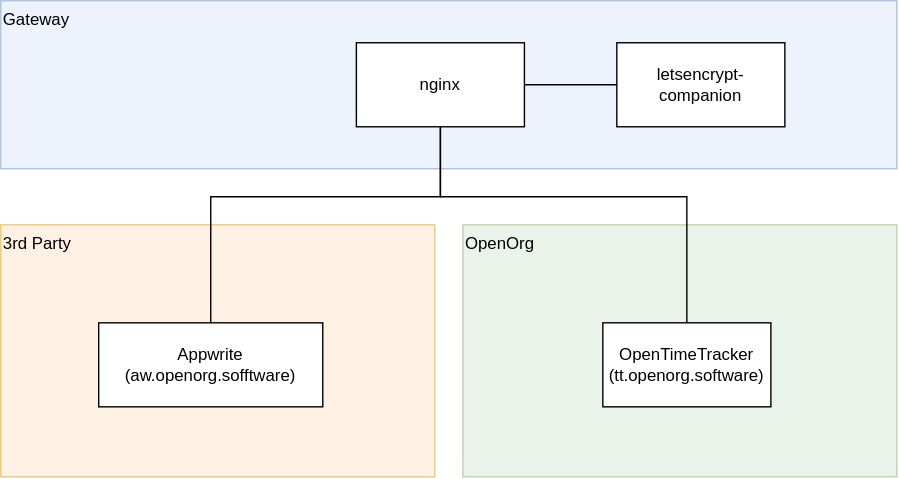
This is .drawings/overview.svg from openorg-software/openorg-docker-compose, a draw.io export, as it was before one commit. Source tidied: cells renumbered, new cells last; positions are measured from the earlier drawing's top-left corner, leaving out a move shared by most shapes. Source of this version:
```xml
<mxGraphModel>
  <root>
    <mxCell id="0" />
    <mxCell id="1" parent="0" />
    <mxCell id="2" value="Gateway" style="rounded=0;whiteSpace=wrap;html=1;align=left;verticalAlign=top;fillColor=#dae8fc;strokeColor=#6c8ebf;opacity=50;" parent="1" vertex="1">
      <mxGeometry width="640" height="120" as="geometry" />
    </mxCell>
    <mxCell id="3" value="OpenOrg" style="rounded=0;whiteSpace=wrap;html=1;align=left;verticalAlign=top;opacity=50;fillColor=#d5e8d4;strokeColor=#82b366;" parent="1" vertex="1">
      <mxGeometry x="330" y="160" width="310" height="180" as="geometry" />
    </mxCell>
    <mxCell id="4" value="3rd Party" style="rounded=0;whiteSpace=wrap;html=1;align=left;verticalAlign=top;opacity=50;fillColor=#ffe6cc;strokeColor=#d79b00;" parent="1" vertex="1">
      <mxGeometry y="160" width="310" height="180" as="geometry" />
    </mxCell>
    <mxCell id="5" value="Appwrite&lt;br&gt;(aw.openorg.sofftware)" style="rounded=0;whiteSpace=wrap;html=1;" parent="1" vertex="1">
      <mxGeometry x="70" y="230" width="160" height="60" as="geometry" />
    </mxCell>
    <mxCell id="6" value="OpenTimeTracker&lt;br&gt;(tt.openorg.software)" style="rounded=0;whiteSpace=wrap;html=1;" parent="1" vertex="1">
      <mxGeometry x="430" y="230" width="120" height="60" as="geometry" />
    </mxCell>
    <mxCell id="7" style="edgeStyle=orthogonalEdgeStyle;rounded=0;jettySize=auto;html=1;exitX=1;exitY=0.5;exitDx=0;exitDy=0;entryX=0;entryY=0.5;entryDx=0;entryDy=0;endArrow=none;endFill=0;" parent="1" edge="1" source="10" target="11">
      <mxGeometry relative="1" as="geometry" />
    </mxCell>
    <mxCell id="8" style="edgeStyle=orthogonalEdgeStyle;rounded=0;jettySize=auto;html=1;exitX=0.5;exitY=1;exitDx=0;exitDy=0;entryX=0.5;entryY=0;entryDx=0;entryDy=0;endArrow=none;endFill=0;" parent="1" edge="1" source="10" target="6">
      <mxGeometry relative="1" as="geometry">
        <Array as="points">
          <mxPoint x="314" y="140" />
          <mxPoint x="490" y="140" />
        </Array>
      </mxGeometry>
    </mxCell>
    <mxCell id="9" style="edgeStyle=orthogonalEdgeStyle;rounded=0;jettySize=auto;html=1;exitX=0.5;exitY=1;exitDx=0;exitDy=0;entryX=0.5;entryY=0;entryDx=0;entryDy=0;endArrow=none;endFill=0;" parent="1" edge="1" source="10" target="5">
      <mxGeometry relative="1" as="geometry">
        <Array as="points">
          <mxPoint x="314" y="140" />
          <mxPoint x="150" y="140" />
        </Array>
      </mxGeometry>
    </mxCell>
    <mxCell id="10" value="nginx" style="rounded=0;whiteSpace=wrap;html=1;" parent="1" vertex="1">
      <mxGeometry x="254" y="30" width="120" height="60" as="geometry" />
    </mxCell>
    <mxCell id="11" value="letsencrypt-companion" style="rounded=0;whiteSpace=wrap;html=1;" parent="1" vertex="1">
      <mxGeometry x="440" y="30" width="120" height="60" as="geometry" />
    </mxCell>
  </root>
</mxGraphModel>
```
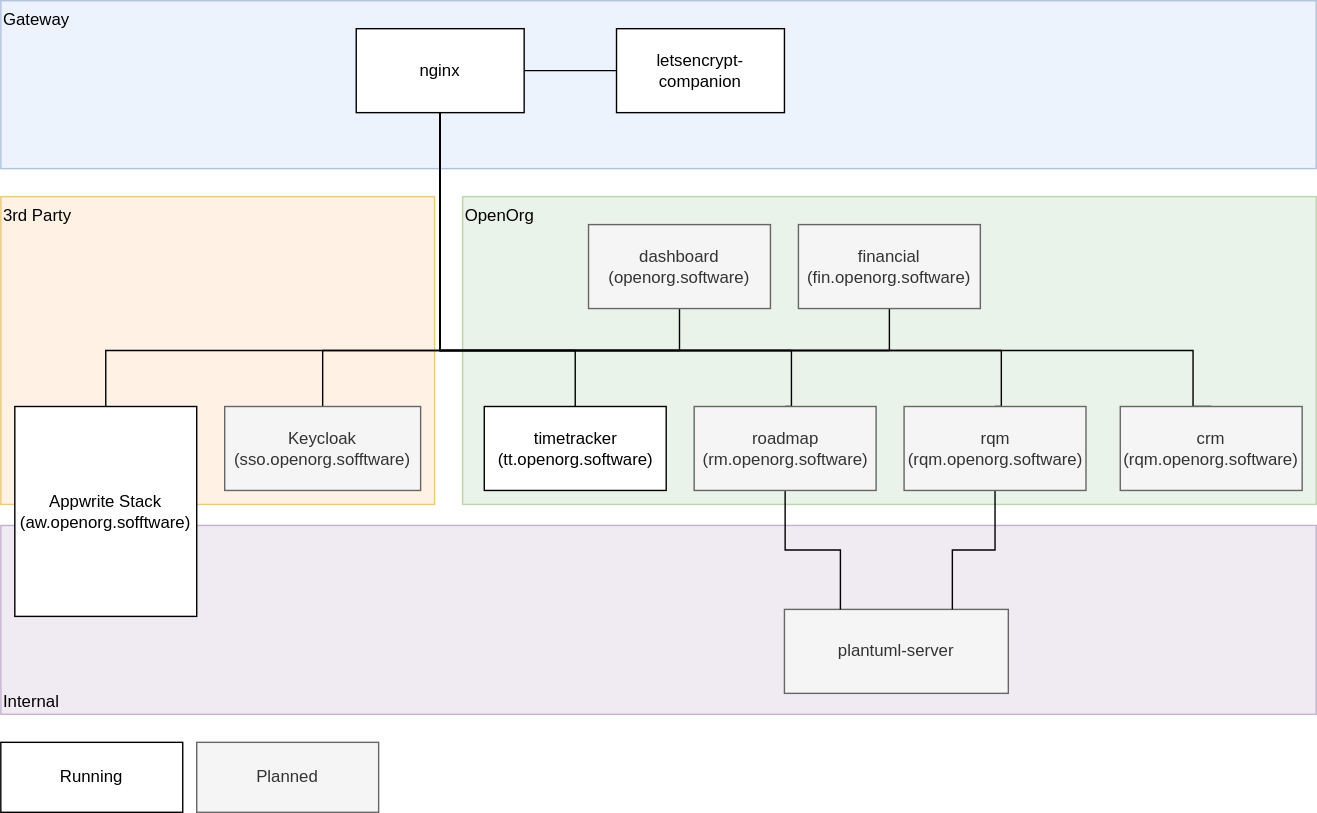
Later version of the same file.

Commit message:
add keycloak and kroki

Change to the diagram source:
```diff
@@ -2,20 +2,23 @@
   <root>
     <mxCell id="0" />
     <mxCell id="1" parent="0" />
+    <mxCell id="12" value="Internal" style="rounded=0;whiteSpace=wrap;html=1;align=left;verticalAlign=bottom;opacity=50;fillColor=#e1d5e7;strokeColor=#9673a6;" parent="1" vertex="1">
+      <mxGeometry y="355" width="940" height="135" as="geometry" />
+    </mxCell>
     <mxCell id="2" value="Gateway" style="rounded=0;whiteSpace=wrap;html=1;align=left;verticalAlign=top;fillColor=#dae8fc;strokeColor=#6c8ebf;opacity=50;" parent="1" vertex="1">
-      <mxGeometry width="640" height="120" as="geometry" />
+      <mxGeometry y="-20" width="940" height="120" as="geometry" />
     </mxCell>
     <mxCell id="3" value="OpenOrg" style="rounded=0;whiteSpace=wrap;html=1;align=left;verticalAlign=top;opacity=50;fillColor=#d5e8d4;strokeColor=#82b366;" parent="1" vertex="1">
-      <mxGeometry x="330" y="160" width="310" height="180" as="geometry" />
+      <mxGeometry x="330" y="120" width="610" height="220" as="geometry" />
     </mxCell>
     <mxCell id="4" value="3rd Party" style="rounded=0;whiteSpace=wrap;html=1;align=left;verticalAlign=top;opacity=50;fillColor=#ffe6cc;strokeColor=#d79b00;" parent="1" vertex="1">
-      <mxGeometry y="160" width="310" height="180" as="geometry" />
+      <mxGeometry y="120" width="310" height="220" as="geometry" />
     </mxCell>
-    <mxCell id="5" value="Appwrite&lt;br&gt;(aw.openorg.sofftware)" style="rounded=0;whiteSpace=wrap;html=1;" parent="1" vertex="1">
-      <mxGeometry x="70" y="230" width="160" height="60" as="geometry" />
+    <mxCell id="5" value="Appwrite Stack&lt;br&gt;(aw.openorg.sofftware)" style="rounded=0;whiteSpace=wrap;html=1;" parent="1" vertex="1">
+      <mxGeometry x="10" y="270" width="130" height="150" as="geometry" />
     </mxCell>
-    <mxCell id="6" value="OpenTimeTracker&lt;br&gt;(tt.openorg.software)" style="rounded=0;whiteSpace=wrap;html=1;" parent="1" vertex="1">
-      <mxGeometry x="430" y="230" width="120" height="60" as="geometry" />
+    <mxCell id="6" value="timetracker&lt;br&gt;(tt.openorg.software)" style="rounded=0;whiteSpace=wrap;html=1;" parent="1" vertex="1">
+      <mxGeometry x="345.5" y="270" width="130" height="60" as="geometry" />
     </mxCell>
     <mxCell id="7" style="edgeStyle=orthogonalEdgeStyle;rounded=0;jettySize=auto;html=1;exitX=1;exitY=0.5;exitDx=0;exitDy=0;entryX=0;entryY=0.5;entryDx=0;entryDy=0;endArrow=none;endFill=0;" parent="1" edge="1" source="10" target="11">
       <mxGeometry relative="1" as="geometry" />
@@ -23,24 +26,108 @@
     <mxCell id="8" style="edgeStyle=orthogonalEdgeStyle;rounded=0;jettySize=auto;html=1;exitX=0.5;exitY=1;exitDx=0;exitDy=0;entryX=0.5;entryY=0;entryDx=0;entryDy=0;endArrow=none;endFill=0;" parent="1" edge="1" source="10" target="6">
       <mxGeometry relative="1" as="geometry">
         <Array as="points">
-          <mxPoint x="314" y="140" />
-          <mxPoint x="490" y="140" />
+          <mxPoint x="314" y="230" />
+          <mxPoint x="410" y="230" />
         </Array>
       </mxGeometry>
     </mxCell>
-    <mxCell id="9" style="edgeStyle=orthogonalEdgeStyle;rounded=0;jettySize=auto;html=1;exitX=0.5;exitY=1;exitDx=0;exitDy=0;entryX=0.5;entryY=0;entryDx=0;entryDy=0;endArrow=none;endFill=0;" parent="1" edge="1" source="10" target="5">
+    <mxCell id="9" style="edgeStyle=orthogonalEdgeStyle;rounded=0;jettySize=auto;html=1;exitX=0.5;exitY=1;exitDx=0;exitDy=0;endArrow=none;endFill=0;entryX=0.5;entryY=0;entryDx=0;entryDy=0;" parent="1" edge="1" source="10" target="5">
       <mxGeometry relative="1" as="geometry">
         <Array as="points">
-          <mxPoint x="314" y="140" />
-          <mxPoint x="150" y="140" />
+          <mxPoint x="314" y="230" />
+          <mxPoint x="75" y="230" />
         </Array>
       </mxGeometry>
     </mxCell>
+    <mxCell id="13" style="edgeStyle=orthogonalEdgeStyle;rounded=0;jettySize=auto;html=1;exitX=0.5;exitY=1;exitDx=0;exitDy=0;entryX=0.5;entryY=0;entryDx=0;entryDy=0;endArrow=none;endFill=0;" parent="1" edge="1" source="10" target="22">
+      <mxGeometry relative="1" as="geometry">
+        <Array as="points">
+          <mxPoint x="314" y="230" />
+          <mxPoint x="565" y="230" />
+          <mxPoint x="565" y="270" />
+        </Array>
+      </mxGeometry>
+    </mxCell>
+    <mxCell id="14" style="edgeStyle=orthogonalEdgeStyle;rounded=0;jettySize=auto;html=1;exitX=0.5;exitY=1;exitDx=0;exitDy=0;entryX=0.5;entryY=0;entryDx=0;entryDy=0;endArrow=none;endFill=0;" parent="1" edge="1" source="10" target="19">
+      <mxGeometry relative="1" as="geometry">
+        <Array as="points">
+          <mxPoint x="314" y="230" />
+          <mxPoint x="230" y="230" />
+        </Array>
+      </mxGeometry>
+    </mxCell>
+    <mxCell id="15" style="edgeStyle=orthogonalEdgeStyle;rounded=0;jettySize=auto;html=1;exitX=0.5;exitY=1;exitDx=0;exitDy=0;entryX=0.5;entryY=1;entryDx=0;entryDy=0;endArrow=none;endFill=0;" parent="1" edge="1" source="10" target="25">
+      <mxGeometry relative="1" as="geometry">
+        <Array as="points">
+          <mxPoint x="314" y="230" />
+          <mxPoint x="485" y="230" />
+        </Array>
+      </mxGeometry>
+    </mxCell>
+    <mxCell id="16" style="edgeStyle=orthogonalEdgeStyle;rounded=0;jettySize=auto;html=1;exitX=0.5;exitY=1;exitDx=0;exitDy=0;entryX=0.5;entryY=0;entryDx=0;entryDy=0;endArrow=none;endFill=0;" parent="1" edge="1" source="10" target="24">
+      <mxGeometry relative="1" as="geometry">
+        <Array as="points">
+          <mxPoint x="314" y="230" />
+          <mxPoint x="715" y="230" />
+          <mxPoint x="715" y="270" />
+        </Array>
+      </mxGeometry>
+    </mxCell>
+    <mxCell id="17" style="edgeStyle=orthogonalEdgeStyle;rounded=0;jettySize=auto;html=1;exitX=0.5;exitY=1;exitDx=0;exitDy=0;entryX=0.5;entryY=0;entryDx=0;entryDy=0;endArrow=none;endFill=0;" parent="1" edge="1" source="10" target="26">
+      <mxGeometry relative="1" as="geometry">
+        <Array as="points">
+          <mxPoint x="314" y="230" />
+          <mxPoint x="852" y="230" />
+          <mxPoint x="852" y="270" />
+        </Array>
+      </mxGeometry>
+    </mxCell>
+    <mxCell id="18" style="edgeStyle=orthogonalEdgeStyle;rounded=0;jettySize=auto;html=1;exitX=0.5;exitY=1;exitDx=0;exitDy=0;entryX=0.5;entryY=1;entryDx=0;entryDy=0;endArrow=none;endFill=0;" parent="1" edge="1" source="10" target="29">
+      <mxGeometry relative="1" as="geometry">
+        <Array as="points">
+          <mxPoint x="314" y="230" />
+          <mxPoint x="635" y="230" />
+        </Array>
+      </mxGeometry>
+    </mxCell>
     <mxCell id="10" value="nginx" style="rounded=0;whiteSpace=wrap;html=1;" parent="1" vertex="1">
-      <mxGeometry x="254" y="30" width="120" height="60" as="geometry" />
+      <mxGeometry x="254" width="120" height="60" as="geometry" />
     </mxCell>
     <mxCell id="11" value="letsencrypt-companion" style="rounded=0;whiteSpace=wrap;html=1;" parent="1" vertex="1">
-      <mxGeometry x="440" y="30" width="120" height="60" as="geometry" />
+      <mxGeometry x="440" width="120" height="60" as="geometry" />
     </mxCell>
+    <mxCell id="19" value="Keycloak&lt;br&gt;(sso.openorg.sofftware)" style="rounded=0;whiteSpace=wrap;html=1;fillColor=#f5f5f5;strokeColor=#666666;fontColor=#333333;" parent="1" vertex="1">
+      <mxGeometry x="160" y="270" width="140" height="60" as="geometry" />
+    </mxCell>
+    <mxCell id="20" value="plantuml-server" style="rounded=0;whiteSpace=wrap;html=1;fillColor=#f5f5f5;strokeColor=#666666;fontColor=#333333;" parent="1" vertex="1">
+      <mxGeometry x="560" y="415" width="160" height="60" as="geometry" />
+    </mxCell>
+    <mxCell id="21" style="edgeStyle=orthogonalEdgeStyle;rounded=0;jettySize=auto;html=1;exitX=0.5;exitY=1;exitDx=0;exitDy=0;entryX=0.25;entryY=0;entryDx=0;entryDy=0;endArrow=none;endFill=0;" parent="1" edge="1" source="22" target="20">
+      <mxGeometry relative="1" as="geometry" />
+    </mxCell>
+    <mxCell id="22" value="roadmap&lt;br&gt;(rm.openorg.software)" style="rounded=0;whiteSpace=wrap;html=1;fillColor=#f5f5f5;strokeColor=#666666;fontColor=#333333;" parent="1" vertex="1">
+      <mxGeometry x="495.5" y="270" width="130" height="60" as="geometry" />
+    </mxCell>
+    <mxCell id="23" style="edgeStyle=orthogonalEdgeStyle;rounded=0;jettySize=auto;html=1;exitX=0.5;exitY=1;exitDx=0;exitDy=0;entryX=0.75;entryY=0;entryDx=0;entryDy=0;endArrow=none;endFill=0;" parent="1" edge="1" source="24" target="20">
+      <mxGeometry relative="1" as="geometry" />
+    </mxCell>
+    <mxCell id="24" value="rqm&lt;br&gt;(rqm.openorg.software)" style="rounded=0;whiteSpace=wrap;html=1;fillColor=#f5f5f5;strokeColor=#666666;fontColor=#333333;" parent="1" vertex="1">
+      <mxGeometry x="645.5" y="270" width="130" height="60" as="geometry" />
+    </mxCell>
+    <mxCell id="25" value="dashboard&lt;br&gt;(openorg.software)" style="rounded=0;whiteSpace=wrap;html=1;sketch=0;glass=0;fillColor=#f5f5f5;strokeColor=#666666;fontColor=#333333;" parent="1" vertex="1">
+      <mxGeometry x="420" y="140" width="130" height="60" as="geometry" />
+    </mxCell>
+    <mxCell id="26" value="crm&lt;br&gt;(rqm.openorg.software)" style="rounded=0;whiteSpace=wrap;html=1;fillColor=#f5f5f5;strokeColor=#666666;fontColor=#333333;" parent="1" vertex="1">
+      <mxGeometry x="800" y="270" width="130" height="60" as="geometry" />
+    </mxCell>
+    <mxCell id="27" value="Running" style="rounded=0;whiteSpace=wrap;html=1;" parent="1" vertex="1">
+      <mxGeometry y="510" width="130" height="50" as="geometry" />
+    </mxCell>
+    <mxCell id="28" value="Planned" style="rounded=0;whiteSpace=wrap;html=1;fillColor=#f5f5f5;strokeColor=#666666;fontColor=#333333;" parent="1" vertex="1">
+      <mxGeometry x="140" y="510" width="130" height="50" as="geometry" />
+    </mxCell>
+    <mxCell id="29" value="financial&lt;br&gt;(fin.openorg.software)" style="rounded=0;whiteSpace=wrap;html=1;fillColor=#f5f5f5;strokeColor=#666666;fontColor=#333333;" parent="1" vertex="1">
+      <mxGeometry x="570" y="140" width="130" height="60" as="geometry" />
+    </mxCell>
   </root>
 </mxGraphModel>
```
